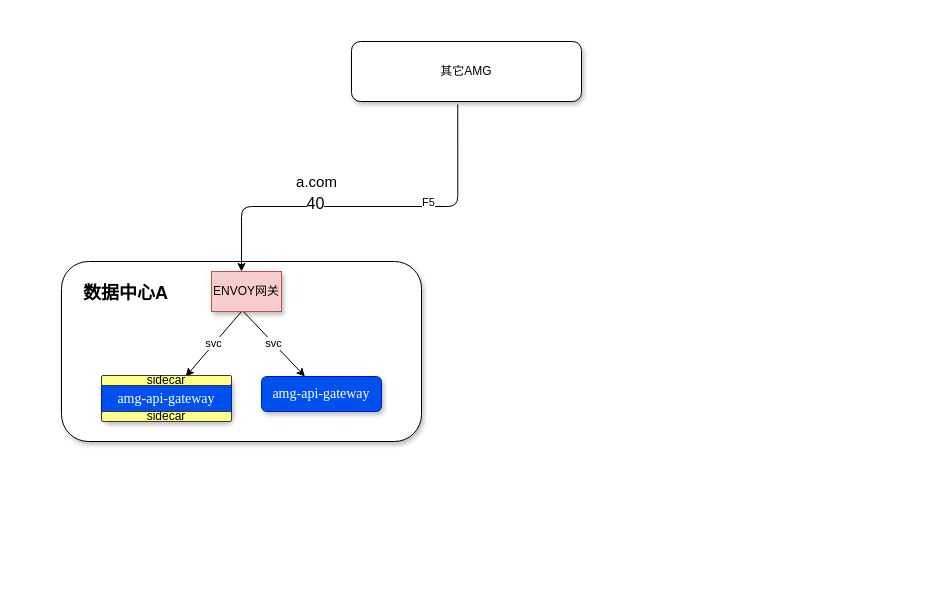
This is page "CMG-AMG交互流程" (5 of 9) of 智慧中台AMG.drawio from qymmdj/draw-io, a draw.io file, before an edit. Source tidied: cells renumbered, new cells numbered last; positions are measured from the earlier drawing's top-left corner, leaving out a move shared by most shapes. Both pictures are drawn from the tidied source at 100%, with x=0, y=0 at pixel (61, 41).
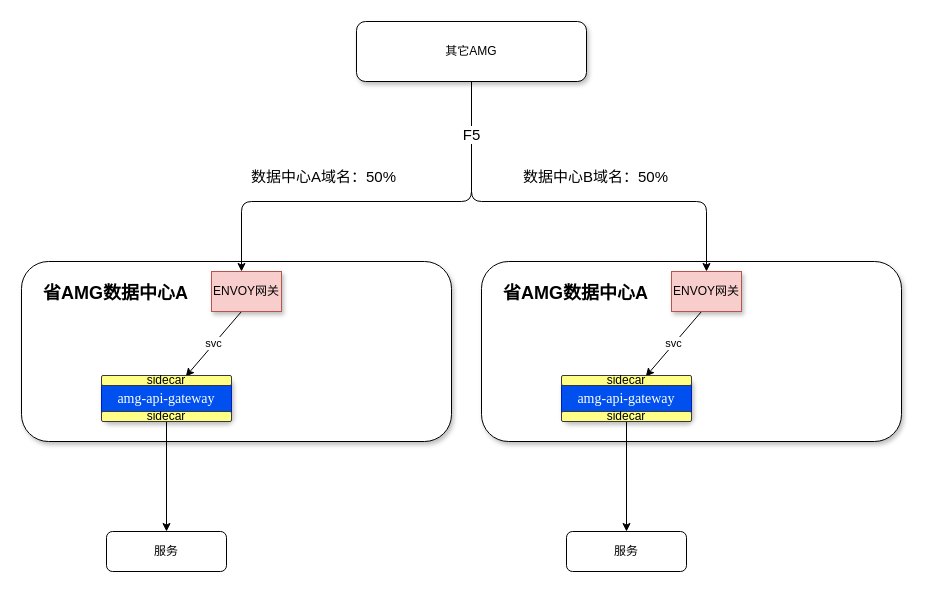
Above is the later version.

The change refers to these unchanged cells:
```xml
<mxCell id="7" value="&lt;span style=&quot;font-family: &amp;#34;times new roman&amp;#34; ; font-size: 14px&quot;&gt;amg-api-gateway&lt;/span&gt;" style="rounded=1;whiteSpace=wrap;html=1;shadow=1;fillColor=#0050ef;strokeColor=#001DBC;fontColor=#ffffff;" parent="1" vertex="1">
  <mxGeometry x="40" y="335" width="130" height="45" as="geometry" />
</mxCell>
<mxCell id="11" value="ENVOY网关" style="rounded=0;whiteSpace=wrap;html=1;shadow=1;fillColor=#f8cecc;strokeColor=#b85450;" parent="1" vertex="1">
  <mxGeometry x="150" y="230" width="70" height="40" as="geometry" />
</mxCell>
```

The edit, as a diff of the source:
```diff
@@
-    <mxCell id="2" value="&lt;h2&gt;&amp;nbsp; &amp;nbsp; 数据中心A&lt;/h2&gt;" style="rounded=1;whiteSpace=wrap;html=1;verticalAlign=top;shadow=1;align=left;" parent="1" vertex="1">
-      <mxGeometry y="220" width="360" height="180" as="geometry" />
+    <mxCell id="2" value="&lt;h2&gt;&amp;nbsp; &amp;nbsp; 省AMG数据中心A&lt;/h2&gt;" style="rounded=1;whiteSpace=wrap;html=1;verticalAlign=top;shadow=1;align=left;" parent="1" vertex="1">
+      <mxGeometry x="-40" y="220" width="430" height="180" as="geometry" />
     </mxCell>
-    <mxCell id="3" value="&lt;font style=&quot;font-size: 15px&quot;&gt;a.com&lt;/font&gt;" style="edgeStyle=orthogonalEdgeStyle;rounded=1;jettySize=auto;html=1;endArrow=none;endFill=0;startArrow=classic;startFill=1;entryX=0.462;entryY=1.05;entryDx=0;entryDy=0;entryPerimeter=0;labelBorderColor=none;jumpStyle=none;" parent="1" edge="1" source="11" target="10">
+    <mxCell id="3" value="&lt;span style=&quot;font-size: 15px&quot;&gt;数据中心A域名：50%&lt;/span&gt;" style="edgeStyle=orthogonalEdgeStyle;rounded=1;jettySize=auto;html=1;endArrow=none;endFill=0;startArrow=classic;startFill=1;labelBorderColor=none;jumpStyle=none;" parent="1" edge="1" source="11">
       <mxGeometry x="-0.27" y="25" relative="1" as="geometry">
+        <mxPoint x="410" y="43" as="targetPoint" />
         <Array as="points">
-          <mxPoint x="180" y="165" />
-          <mxPoint x="396" y="165" />
+          <mxPoint x="180" y="160" />
+          <mxPoint x="410" y="160" />
         </Array>
       </mxGeometry>
     </mxCell>
-    <mxCell id="4" value="40" style="edgeLabel;html=1;align=center;verticalAlign=middle;fontSize=16;" parent="3" vertex="1">
-      <mxGeometry x="-0.28" y="4" relative="1" as="geometry" />
-    </mxCell>
-    <mxCell id="5" value="F5" style="edgeLabel;html=1;align=center;verticalAlign=middle;" parent="3" vertex="1">
-      <mxGeometry x="0.31" y="-3" relative="1" as="geometry">
-        <mxPoint y="-8" as="offset" />
-      </mxGeometry>
-    </mxCell>
@@
+    <mxCell id="14" style="edgeStyle=orthogonalEdgeStyle;rounded=0;jettySize=auto;html=1;" parent="1" edge="1" source="7" target="15">
+      <mxGeometry relative="1" as="geometry" />
+    </mxCell>
@@
-    <mxCell id="8" value="svc" style="edgeStyle=none;rounded=0;jettySize=auto;html=1;startArrow=classic;startFill=1;endArrow=none;endFill=0;" parent="1" edge="1" source="9">
-      <mxGeometry relative="1" as="geometry">
-        <mxPoint x="180" y="268" as="targetPoint" />
-      </mxGeometry>
-    </mxCell>
-    <mxCell id="9" value="&lt;span style=&quot;font-family: &amp;#34;times new roman&amp;#34; ; font-size: 14px&quot;&gt;amg-api-gateway&lt;/span&gt;" style="rounded=1;whiteSpace=wrap;html=1;shadow=1;fillColor=#0050ef;strokeColor=#001DBC;fontColor=#ffffff;" parent="1" vertex="1">
-      <mxGeometry x="200" y="335" width="120" height="35" as="geometry" />
-    </mxCell>
     <mxCell id="10" value="其它AMG" style="rounded=1;whiteSpace=wrap;html=1;shadow=1;verticalAlign=middle;" parent="1" vertex="1">
-      <mxGeometry x="290" width="230" height="60" as="geometry" />
+      <mxGeometry x="295" y="-20" width="230" height="60" as="geometry" />
     </mxCell>
@@
+    <mxCell id="15" value="服务" style="rounded=1;whiteSpace=wrap;html=1;shadow=0;" parent="1" vertex="1">
+      <mxGeometry x="45" y="490" width="120" height="40" as="geometry" />
+    </mxCell>
+    <mxCell id="16" value="&lt;h2&gt;&amp;nbsp; &amp;nbsp; 省AMG数据中心A&lt;/h2&gt;" style="rounded=1;whiteSpace=wrap;html=1;verticalAlign=top;shadow=1;align=left;" parent="1" vertex="1">
+      <mxGeometry x="420" y="220" width="420" height="180" as="geometry" />
+    </mxCell>
+    <mxCell id="8" value="svc" style="rounded=0;jettySize=auto;html=1;startArrow=classic;startFill=1;endArrow=none;endFill=0;" parent="1" edge="1" source="9">
+      <mxGeometry relative="1" as="geometry">
+        <mxPoint x="640" y="270" as="targetPoint" />
+      </mxGeometry>
+    </mxCell>
+    <mxCell id="17" style="edgeStyle=orthogonalEdgeStyle;rounded=0;jettySize=auto;html=1;" parent="1" edge="1" source="9" target="21">
+      <mxGeometry relative="1" as="geometry" />
+    </mxCell>
+    <mxCell id="9" value="&lt;span style=&quot;font-family: &amp;#34;times new roman&amp;#34; ; font-size: 14px&quot;&gt;amg-api-gateway&lt;/span&gt;" style="rounded=1;whiteSpace=wrap;html=1;shadow=1;fillColor=#0050ef;strokeColor=#001DBC;fontColor=#ffffff;" parent="1" vertex="1">
+      <mxGeometry x="500" y="335" width="130" height="45" as="geometry" />
+    </mxCell>
+    <mxCell id="18" value="ENVOY网关" style="rounded=0;whiteSpace=wrap;html=1;shadow=1;fillColor=#f8cecc;strokeColor=#b85450;" parent="1" vertex="1">
+      <mxGeometry x="610" y="230" width="70" height="40" as="geometry" />
+    </mxCell>
+    <mxCell id="19" value="sidecar" style="rounded=1;whiteSpace=wrap;html=1;shadow=0;fillColor=#ffff88;strokeColor=#36393d;" parent="1" vertex="1">
+      <mxGeometry x="500" y="334" width="130" height="10" as="geometry" />
+    </mxCell>
+    <mxCell id="20" value="sidecar" style="rounded=1;whiteSpace=wrap;html=1;shadow=0;fillColor=#ffff88;strokeColor=#36393d;" parent="1" vertex="1">
+      <mxGeometry x="500" y="370" width="130" height="10" as="geometry" />
+    </mxCell>
+    <mxCell id="21" value="服务" style="rounded=1;whiteSpace=wrap;html=1;shadow=0;" parent="1" vertex="1">
+      <mxGeometry x="505" y="490" width="120" height="40" as="geometry" />
+    </mxCell>
+    <mxCell id="5" value="&lt;span style=&quot;font-size: 15px&quot;&gt;F5&lt;/span&gt;" style="edgeStyle=orthogonalEdgeStyle;rounded=1;jettySize=auto;html=1;endArrow=none;endFill=0;startArrow=classic;startFill=1;labelBorderColor=none;jumpStyle=none;exitX=0.5;exitY=0;exitDx=0;exitDy=0;" parent="1" edge="1" source="18">
+      <mxGeometry x="0.75" relative="1" as="geometry">
+        <mxPoint x="410" y="40" as="targetPoint" />
+        <Array as="points">
+          <mxPoint x="645" y="160" />
+          <mxPoint x="410" y="160" />
+        </Array>
+      </mxGeometry>
+    </mxCell>
+    <mxCell id="22" value="&lt;span style=&quot;color: rgb(0 , 0 , 0) ; font-family: &amp;#34;helvetica&amp;#34; ; font-size: 15px ; font-style: normal ; font-weight: 400 ; letter-spacing: normal ; text-align: center ; text-indent: 0px ; text-transform: none ; word-spacing: 0px ; background-color: rgb(255 , 255 , 255) ; display: inline ; float: none&quot;&gt;数据中心B域名：50%&lt;/span&gt;" style="text;whiteSpace=wrap;html=1;" parent="1" vertex="1">
+      <mxGeometry x="460" y="120" width="170" height="30" as="geometry" />
+    </mxCell>
```
